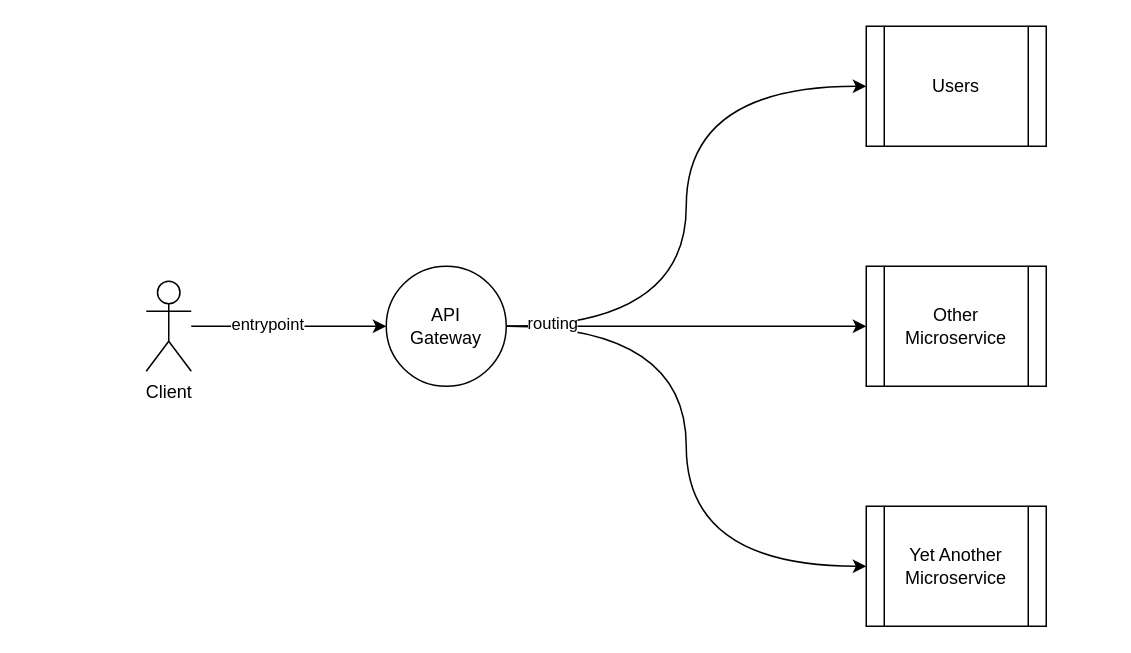
raisultan/microservices-basis keeps this draw.io diagram as diagrams/api_gateway.drawio. Above is the earlier version. Source tidied: cells renumbered, new cells numbered last; positions are measured from the earlier drawing's top-left corner, leaving out a move shared by most shapes. Both pictures are drawn from the tidied source at 150%, with x=0, y=0 at pixel (146, 26).
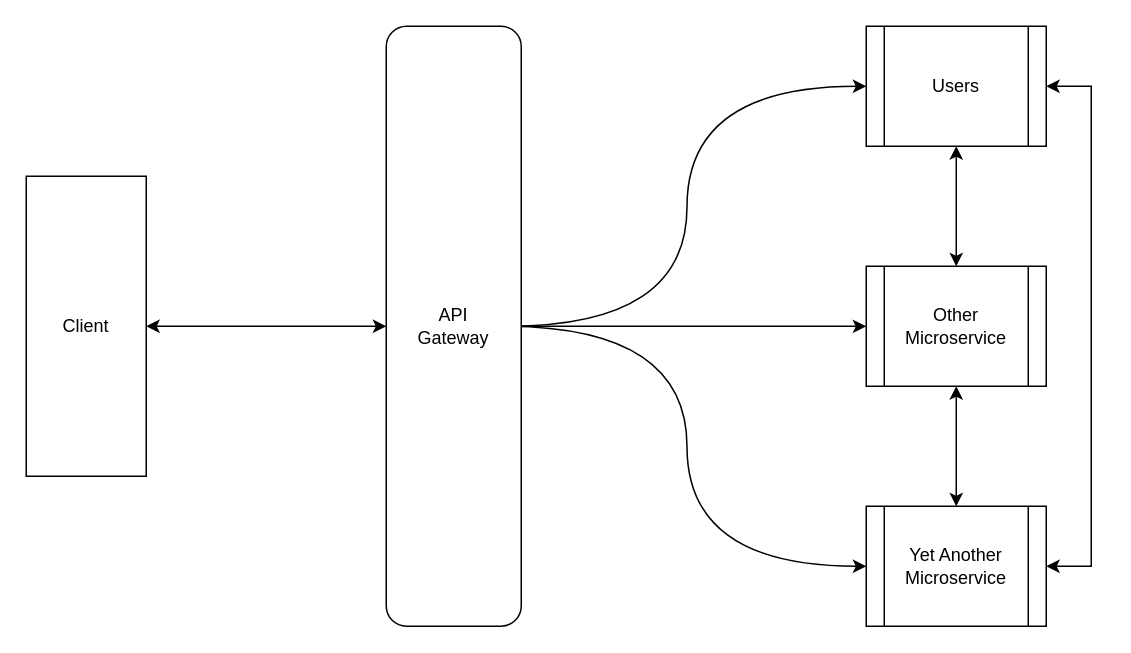
The same page after the edit.

Commit message (it also covers changes not shown here):
diagram adjusted

Change to the diagram source:
```diff
@@
 <mxGraphModel>
   <root>
     <mxCell id="0" />
     <mxCell id="1" parent="0" />
-    <mxCell id="2" style="edgeStyle=orthogonalEdgeStyle;rounded=0;jettySize=auto;html=1;entryX=0;entryY=0.5;entryDx=0;entryDy=0;" parent="1" edge="1" source="4" target="9">
-      <mxGeometry relative="1" as="geometry" />
-    </mxCell>
-    <mxCell id="3" value="entrypoint" style="edgeLabel;html=1;align=center;verticalAlign=middle;" parent="2" vertex="1">
-      <mxGeometry x="-0.23" y="2" relative="1" as="geometry" />
-    </mxCell>
-    <mxCell id="4" value="Client" style="shape=umlActor;verticalLabelPosition=bottom;verticalAlign=top;html=1;outlineConnect=0;" parent="1" vertex="1">
-      <mxGeometry y="170" width="30" height="60" as="geometry" />
-    </mxCell>
-    <mxCell id="5" style="edgeStyle=orthogonalEdgeStyle;rounded=0;jettySize=auto;html=1;entryX=0;entryY=0.5;entryDx=0;entryDy=0;curved=1;" parent="1" edge="1" source="9" target="10">
-      <mxGeometry relative="1" as="geometry" />
+    <mxCell id="5" style="edgeStyle=orthogonalEdgeStyle;rounded=0;jettySize=auto;html=1;entryX=0;entryY=0.5;entryDx=0;entryDy=0;curved=1;" parent="1" edge="1" target="10">
+      <mxGeometry relative="1" as="geometry">
+        <mxPoint x="240" y="200" as="sourcePoint" />
+      </mxGeometry>
     </mxCell>
-    <mxCell id="6" style="edgeStyle=orthogonalEdgeStyle;rounded=0;jettySize=auto;html=1;curved=1;" parent="1" edge="1" source="9" target="12">
-      <mxGeometry relative="1" as="geometry" />
+    <mxCell id="6" style="edgeStyle=orthogonalEdgeStyle;rounded=0;jettySize=auto;html=1;curved=1;" parent="1" edge="1" target="12">
+      <mxGeometry relative="1" as="geometry">
+        <mxPoint x="240" y="200" as="sourcePoint" />
+      </mxGeometry>
     </mxCell>
-    <mxCell id="7" style="edgeStyle=orthogonalEdgeStyle;rounded=0;jettySize=auto;html=1;entryX=0;entryY=0.5;entryDx=0;entryDy=0;curved=1;" parent="1" edge="1" source="9" target="11">
-      <mxGeometry relative="1" as="geometry" />
+    <mxCell id="7" style="edgeStyle=orthogonalEdgeStyle;rounded=0;jettySize=auto;html=1;entryX=0;entryY=0.5;entryDx=0;entryDy=0;curved=1;" parent="1" edge="1" target="11">
+      <mxGeometry relative="1" as="geometry">
+        <mxPoint x="240" y="200" as="sourcePoint" />
+      </mxGeometry>
     </mxCell>
-    <mxCell id="8" value="routing" style="edgeLabel;html=1;align=center;verticalAlign=middle;" parent="7" vertex="1">
-      <mxGeometry x="-0.85" y="3" relative="1" as="geometry" />
-    </mxCell>
-    <mxCell id="9" value="API&lt;br&gt;Gateway" style="ellipse;whiteSpace=wrap;html=1;" parent="1" vertex="1">
-      <mxGeometry x="160" y="160" width="80" height="80" as="geometry" />
-    </mxCell>
+    <mxCell id="13" style="edgeStyle=entityRelationEdgeStyle;rounded=0;jettySize=auto;html=1;startArrow=classic;startFill=1;" parent="1" edge="1" source="10" target="11">
+      <mxGeometry relative="1" as="geometry" />
+    </mxCell>
+    <mxCell id="14" style="rounded=0;jettySize=auto;html=1;entryX=0.5;entryY=0;entryDx=0;entryDy=0;startArrow=classic;startFill=1;" parent="1" edge="1" source="10" target="12">
+      <mxGeometry relative="1" as="geometry" />
+    </mxCell>
     <mxCell id="10" value="Users" style="shape=process;whiteSpace=wrap;html=1;backgroundOutline=1;" parent="1" vertex="1">
       <mxGeometry x="480" width="120" height="80" as="geometry" />
     </mxCell>
     <mxCell id="11" value="Yet Another Microservice" style="shape=process;whiteSpace=wrap;html=1;backgroundOutline=1;" parent="1" vertex="1">
       <mxGeometry x="480" y="320" width="120" height="80" as="geometry" />
     </mxCell>
+    <mxCell id="15" style="edgeStyle=none;rounded=0;jettySize=auto;html=1;startArrow=classic;startFill=1;" parent="1" edge="1" source="12" target="11">
+      <mxGeometry relative="1" as="geometry" />
+    </mxCell>
     <mxCell id="12" value="Other Microservice" style="shape=process;whiteSpace=wrap;html=1;backgroundOutline=1;" parent="1" vertex="1">
       <mxGeometry x="480" y="160" width="120" height="80" as="geometry" />
     </mxCell>
+    <mxCell id="9" value="API&lt;br&gt;Gateway" style="rounded=1;whiteSpace=wrap;html=1;rotation=0;" parent="1" vertex="1">
+      <mxGeometry x="160" width="90" height="400" as="geometry" />
+    </mxCell>
+    <mxCell id="2" style="edgeStyle=orthogonalEdgeStyle;rounded=0;jettySize=auto;html=1;startArrow=classic;startFill=1;" parent="1" edge="1" source="4" target="9">
+      <mxGeometry relative="1" as="geometry" />
+    </mxCell>
+    <mxCell id="4" value="Client" style="rounded=0;whiteSpace=wrap;html=1;" parent="1" vertex="1">
+      <mxGeometry x="-80" y="100" width="80" height="200" as="geometry" />
+    </mxCell>
   </root>
 </mxGraphModel>
```
